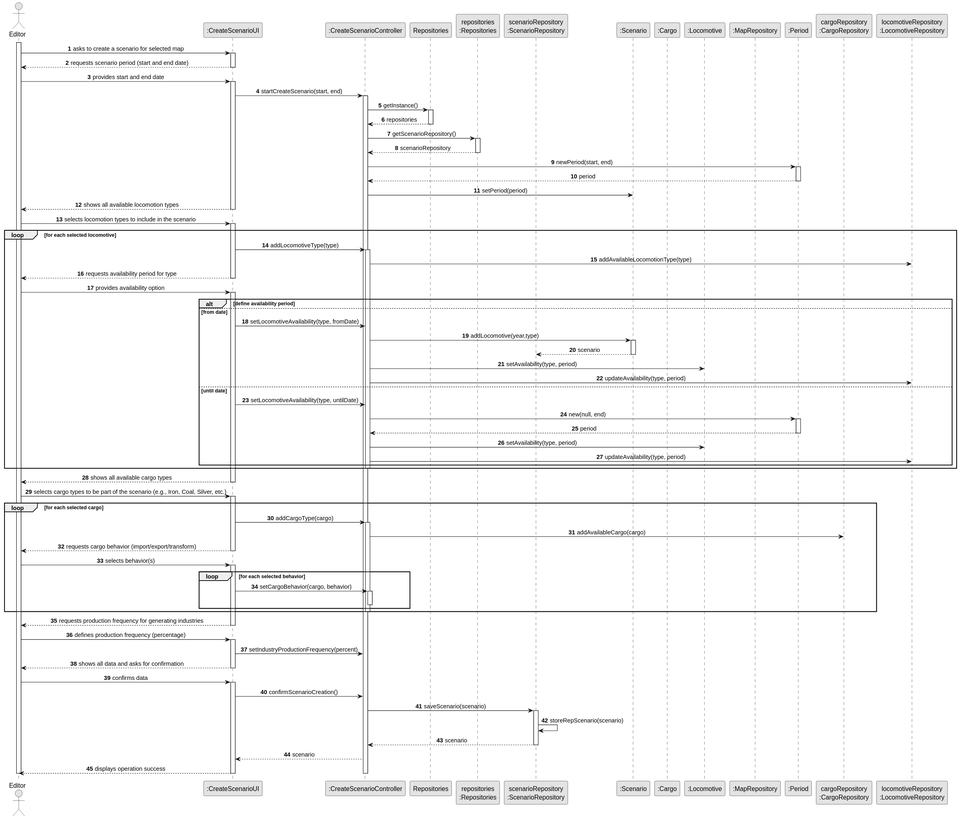
1240826/empire-on-tracks keeps this PlantUML diagram as docs/system-documentation/US004/03.design/svg/US004-SD-full.svg. Above is the earlier version.
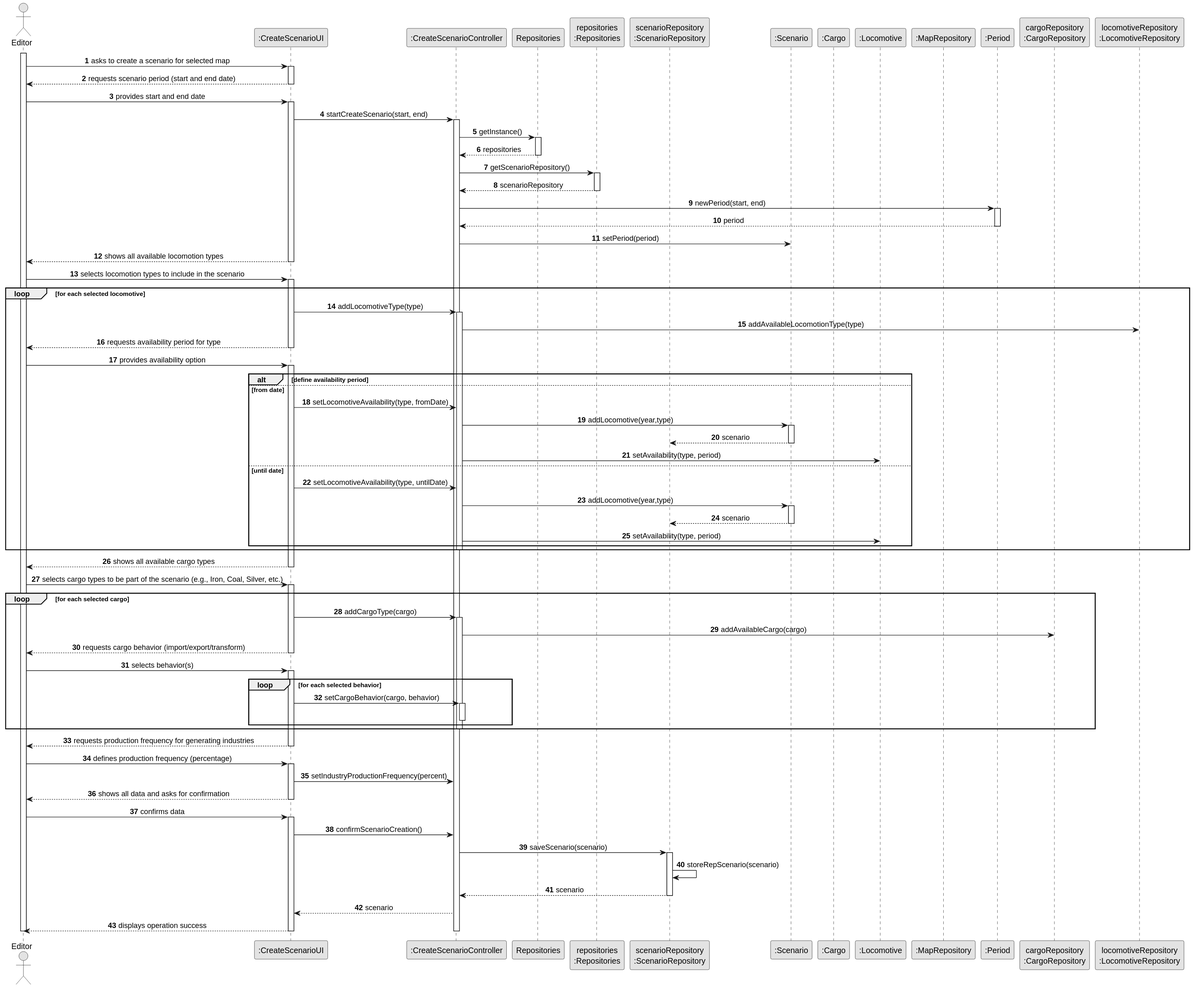
Above is the later version.

Diff of the diagram source:
```diff
@@ -75,17 +75,16 @@
             Scenario --> SCENARIO_REPO: scenario
             deactivate
             Controller -> Locomotive : setAvailability(type, period)
-            Controller -> LocoRepo : updateAvailability(type, period)
             deactivate Period
 
         else until date
             UI -> Controller : setLocomotiveAvailability(type, untilDate)
-            Controller -> Period : new(null, end)
-            activate Period
-            Period --> Controller : period
+            Controller -> Scenario : addLocomotive(year,type)
+                        activate Scenario
+                        Scenario --> SCENARIO_REPO: scenario
+                        deactivate
             deactivate Period
             Controller -> Locomotive : setAvailability(type, period)
-            Controller -> LocoRepo : updateAvailability(type, period)
             deactivate Period
     end
     deactivate Controller
```
